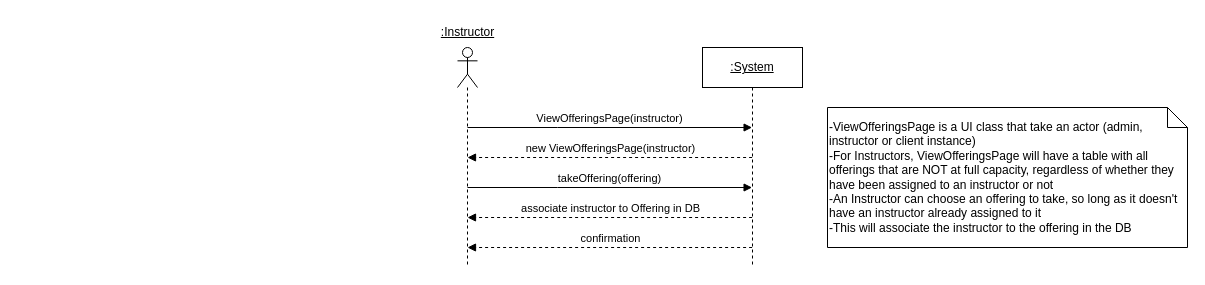
Above: Artifacts/DrawIO Files/System Sequence Diagrams + Operation Contracts/SSD_Instructor_Take_Offering.drawio in aleckira/SOEN_342_PROJECT (draw.io), before the change. Source tidied: cells renumbered, new cells numbered last; positions are measured from the earlier drawing's top-left corner, leaving out a move shared by most shapes. Both pictures are drawn from the tidied source at 100%, with x=0, y=0 at pixel (427, 17).
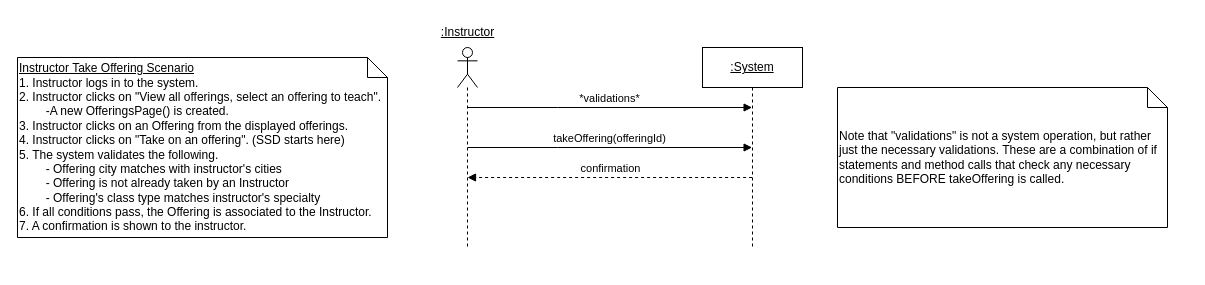
After the change.

The edit, as a diff of the source:
```diff
@@
     <mxCell id="2" style="shape=umlLifeline;perimeter=lifelinePerimeter;whiteSpace=wrap;html=1;newEdgeStyle={&quot;curved&quot;:0,&quot;rounded&quot;:0};participant=umlActor;" parent="1" vertex="1">
-      <mxGeometry x="30" y="30" width="20" height="220" as="geometry" />
+      <mxGeometry x="30" y="30" width="20" height="200" as="geometry" />
     </mxCell>
@@
     <mxCell id="4" value="&lt;u&gt;:System&lt;/u&gt;" style="shape=umlLifeline;perimeter=lifelinePerimeter;whiteSpace=wrap;html=1;newEdgeStyle={&quot;curved&quot;:0,&quot;rounded&quot;:0};" parent="1" vertex="1">
-      <mxGeometry x="275" y="30" width="100" height="220" as="geometry" />
+      <mxGeometry x="275" y="30" width="100" height="200" as="geometry" />
     </mxCell>
-    <mxCell id="5" value="ViewOfferingsPage(instructor)" style="html=1;verticalAlign=bottom;endArrow=block;edgeStyle=elbowEdgeStyle;elbow=vertical;curved=0;rounded=0;" parent="1" edge="1">
+    <mxCell id="5" value="takeOffering(offeringId)" style="html=1;verticalAlign=bottom;endArrow=block;edgeStyle=elbowEdgeStyle;elbow=vertical;curved=0;rounded=0;" parent="1" edge="1">
       <mxGeometry relative="1" as="geometry">
-        <mxPoint x="40" y="110" as="sourcePoint" />
-        <mxPoint x="324.6" y="110" as="targetPoint" />
+        <mxPoint x="40" y="130" as="sourcePoint" />
+        <mxPoint x="324.6" y="130" as="targetPoint" />
         <Array as="points">
-          <mxPoint x="130.1" y="110" />
+          <mxPoint x="130.1" y="130" />
         </Array>
       </mxGeometry>
     </mxCell>
-    <mxCell id="6" value="new ViewOfferingsPage(instructor)" style="html=1;verticalAlign=bottom;endArrow=block;edgeStyle=elbowEdgeStyle;elbow=vertical;curved=0;rounded=0;dashed=1;" parent="1" edge="1">
+    <mxCell id="6" value="confirmation" style="html=1;verticalAlign=bottom;endArrow=block;edgeStyle=elbowEdgeStyle;elbow=vertical;curved=0;rounded=0;dashed=1;" parent="1" edge="1">
       <mxGeometry relative="1" as="geometry">
-        <mxPoint x="324.6" y="140" as="sourcePoint" />
-        <mxPoint x="40" y="140" as="targetPoint" />
+        <mxPoint x="324.6" y="160" as="sourcePoint" />
+        <mxPoint x="40" y="160" as="targetPoint" />
         <Array as="points">
-          <mxPoint x="130.1" y="140" />
+          <mxPoint x="130.1" y="160" />
         </Array>
       </mxGeometry>
     </mxCell>
-    <mxCell id="7" value="&lt;div&gt;-ViewOfferingsPage is a UI class that take an actor (admin, instructor or client instance)&lt;/div&gt;-For Instructors, ViewOfferingsPage will have a table with all offerings that are NOT at full capacity, regardless of whether they have been assigned to an instructor or not&lt;div&gt;-An Instructor can choose an offering to take, so long as it doesn't have an instructor already assigned to it&lt;/div&gt;&lt;div&gt;-This will associate the instructor to the offering in the DB&lt;/div&gt;" style="shape=note;size=20;whiteSpace=wrap;html=1;align=left;" parent="1" vertex="1">
-      <mxGeometry x="400" y="90" width="360" height="140" as="geometry" />
-    </mxCell>
-    <mxCell id="8" value="takeOffering(offering)" style="html=1;verticalAlign=bottom;endArrow=block;edgeStyle=elbowEdgeStyle;elbow=vertical;curved=0;rounded=0;" parent="1" edge="1">
-      <mxGeometry relative="1" as="geometry">
-        <mxPoint x="40" y="170" as="sourcePoint" />
-        <mxPoint x="324.6" y="170" as="targetPoint" />
-        <Array as="points">
-          <mxPoint x="130.1" y="170" />
-        </Array>
-      </mxGeometry>
-    </mxCell>
-    <mxCell id="9" value="confirmation" style="html=1;verticalAlign=bottom;endArrow=block;edgeStyle=elbowEdgeStyle;elbow=vertical;curved=0;rounded=0;dashed=1;" parent="1" edge="1">
-      <mxGeometry relative="1" as="geometry">
-        <mxPoint x="324.6" y="230" as="sourcePoint" />
-        <mxPoint x="40" y="230" as="targetPoint" />
-        <Array as="points">
-          <mxPoint x="130.1" y="230" />
-        </Array>
-      </mxGeometry>
-    </mxCell>
-    <mxCell id="10" value="associate instructor to Offering in DB" style="html=1;verticalAlign=bottom;endArrow=block;edgeStyle=elbowEdgeStyle;elbow=vertical;curved=0;rounded=0;dashed=1;" parent="1" edge="1">
-      <mxGeometry relative="1" as="geometry">
-        <mxPoint x="324.6" y="200" as="sourcePoint" />
-        <mxPoint x="40" y="200" as="targetPoint" />
-        <Array as="points">
-          <mxPoint x="130.1" y="200" />
-        </Array>
-      </mxGeometry>
-    </mxCell>
+    <mxCell id="11" value="&lt;u&gt;Instructor Take Offering Scenario&lt;/u&gt;&lt;div&gt;1. Instructor logs in to the system.&lt;/div&gt;&lt;div&gt;2. Instructor clicks on &quot;View all offerings, select an offering to teach&quot;.&lt;/div&gt;&lt;div&gt;&lt;span style=&quot;white-space: pre;&quot;&gt;&#9;&lt;/span&gt;-A new OfferingsPage() is created.&lt;br&gt;&lt;/div&gt;&lt;div&gt;3. Instructor clicks on an Offering from the displayed offerings.&amp;nbsp;&lt;/div&gt;&lt;div&gt;4. Instructor clicks on &quot;Take on an offering&quot;. (SSD starts here)&lt;/div&gt;&lt;div&gt;5. The system validates the following.&lt;/div&gt;&lt;div&gt;&lt;span style=&quot;white-space: pre;&quot;&gt;&#9;&lt;/span&gt;- Offering city matches with instructor's cities&lt;br&gt;&lt;/div&gt;&lt;div&gt;&lt;span style=&quot;white-space: pre;&quot;&gt;&#9;&lt;/span&gt;- Offering is not already taken by an Instructor&lt;br&gt;&lt;/div&gt;&lt;div&gt;&lt;span style=&quot;white-space: pre;&quot;&gt;&#9;&lt;/span&gt;- Offering's class type matches instructor's specialty&lt;br&gt;&lt;/div&gt;&lt;div&gt;6. If all conditions pass, the Offering is associated to the Instructor.&lt;/div&gt;&lt;div&gt;7. A confirmation is shown to the instructor.&amp;nbsp;&lt;/div&gt;" style="shape=note;size=20;whiteSpace=wrap;html=1;align=left;" parent="1" vertex="1">
+      <mxGeometry x="-410" y="40" width="370" height="180" as="geometry" />
+    </mxCell>
+    <mxCell id="12" value="Note that &quot;validations&quot; is not a system operation, but rather just the necessary validations. These are a combination of if statements and method calls that check any necessary conditions BEFORE takeOffering is called." style="shape=note;size=20;whiteSpace=wrap;html=1;align=left;" parent="1" vertex="1">
+      <mxGeometry x="410" y="70" width="330" height="140" as="geometry" />
+    </mxCell>
+    <mxCell id="13" value="*validations*" style="html=1;verticalAlign=bottom;endArrow=block;edgeStyle=elbowEdgeStyle;elbow=vertical;curved=0;rounded=0;" parent="1" edge="1">
+      <mxGeometry relative="1" as="geometry">
+        <mxPoint x="40" y="90" as="sourcePoint" />
+        <mxPoint x="324.6" y="90" as="targetPoint" />
+        <Array as="points">
+          <mxPoint x="130.1" y="90" />
+        </Array>
+      </mxGeometry>
+    </mxCell>
```
